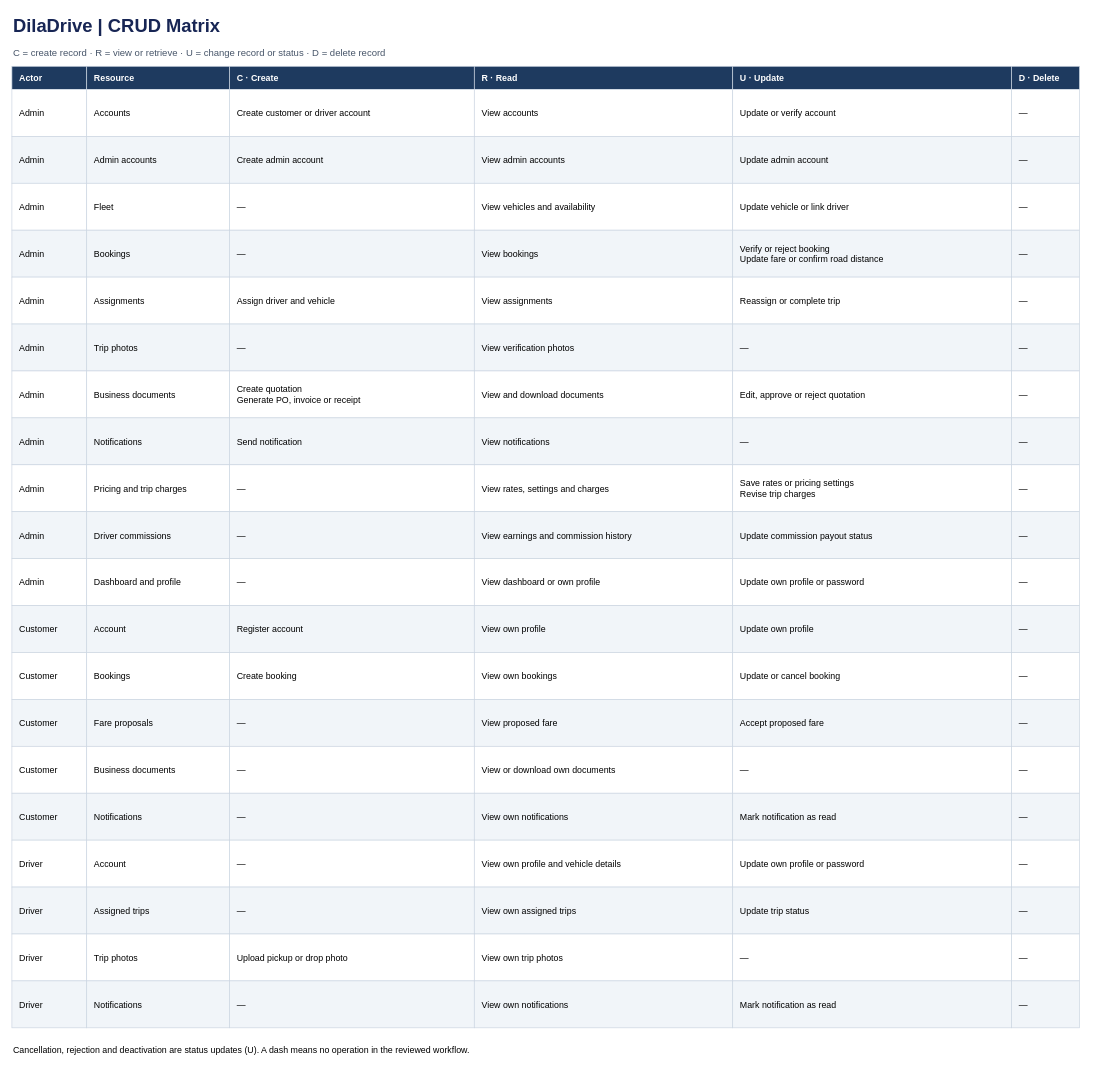
Before: page "CRUD Matrix" (4 of 4) of DilaDrive/docs/DilaDrive-Use-Cases-and-CRUD.drawio in Eillyyyyy/DilaDrive, a draw.io diagram. Source tidied: cells renumbered, new cells numbered last; positions are measured from the earlier drawing's top-left corner, leaving out a move shared by most shapes. Both pictures are drawn from the tidied source at 68%, with x=0, y=0 at pixel (12, 12).
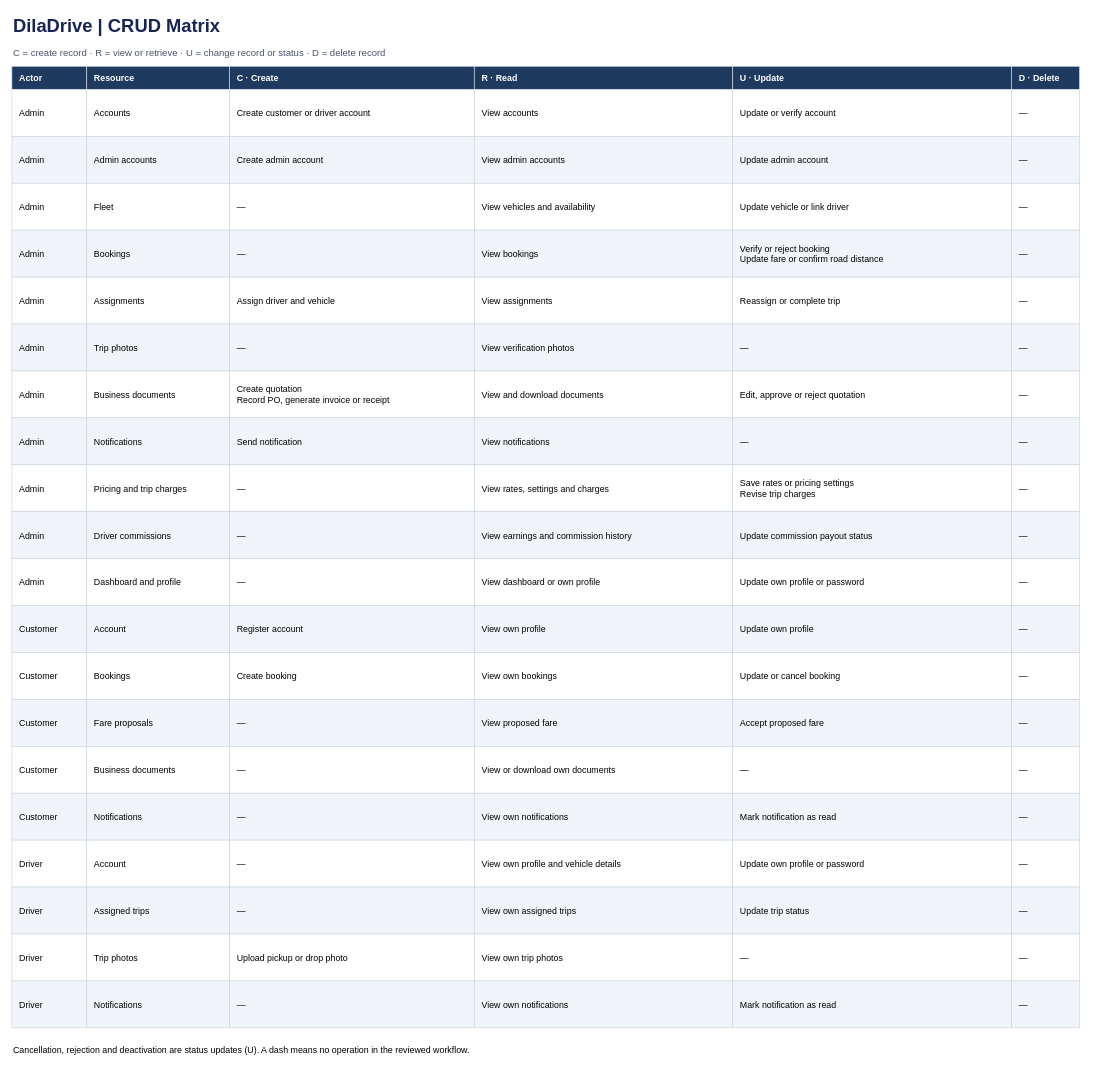
The same diagram, later.

Diff of the diagram source:
```diff
@@
-    <mxCell id="48" value="Create quotation&lt;br&gt;Generate PO, invoice or receipt" style="html=1;whiteSpace=wrap;align=left;verticalAlign=middle;spacingLeft=9;spacingRight=9;fontSize=13;strokeColor=#CBD5E1;fillColor=#FFFFFF;" parent="1" vertex="1">
+    <mxCell id="48" value="Create quotation&lt;br&gt;Record PO, generate invoice or receipt" style="html=1;whiteSpace=wrap;align=left;verticalAlign=middle;spacingLeft=9;spacingRight=9;fontSize=13;strokeColor=#CBD5E1;fillColor=#FFFFFF;" parent="1" vertex="1">
       <mxGeometry x="320" y="528" width="360" height="69" as="geometry" />
     </mxCell>
```
